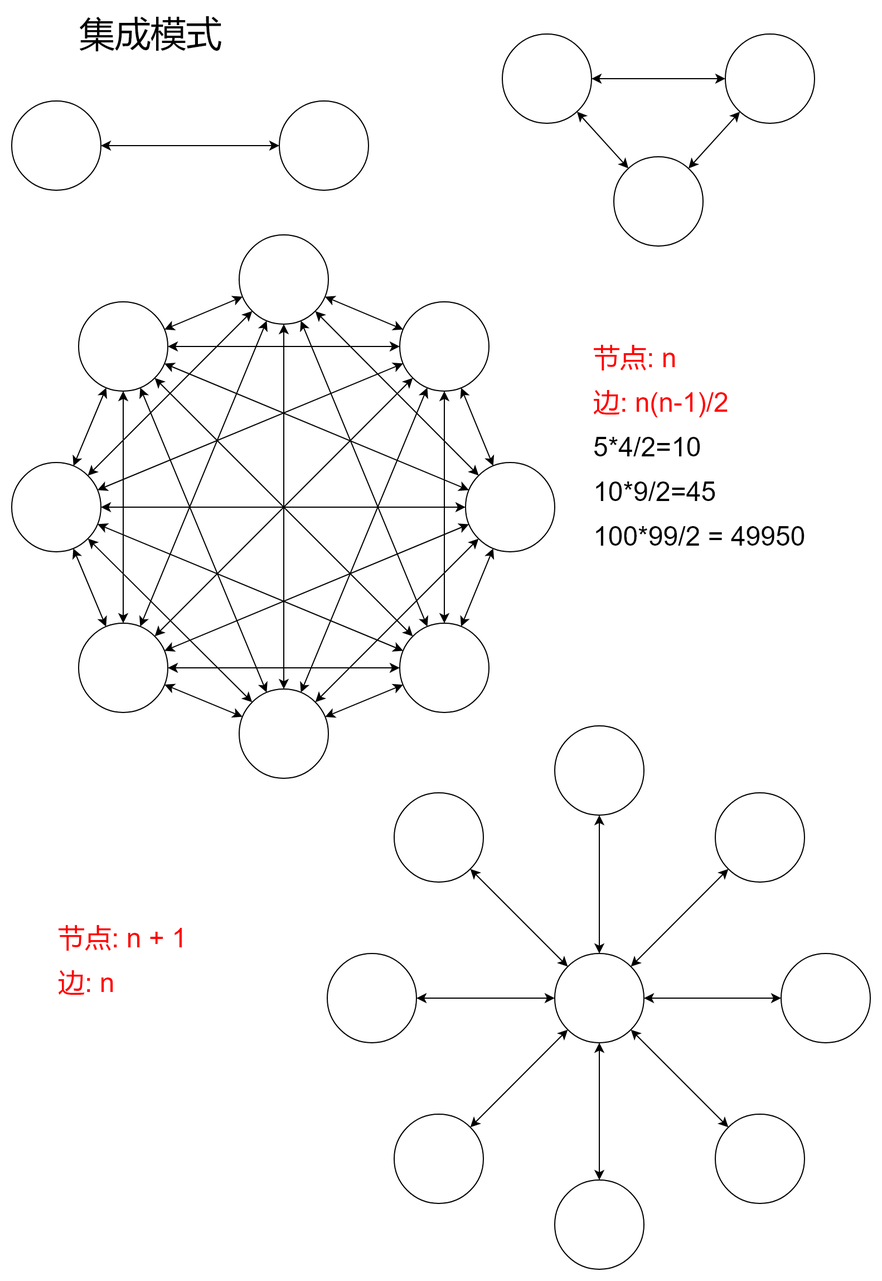
Above: drawio/integrated.png in tlw-ray/dev-methodology (draw.io), before the change. Source tidied: cells renumbered, new cells last; positions are measured from the earlier drawing's top-left corner, leaving out a move shared by most shapes.
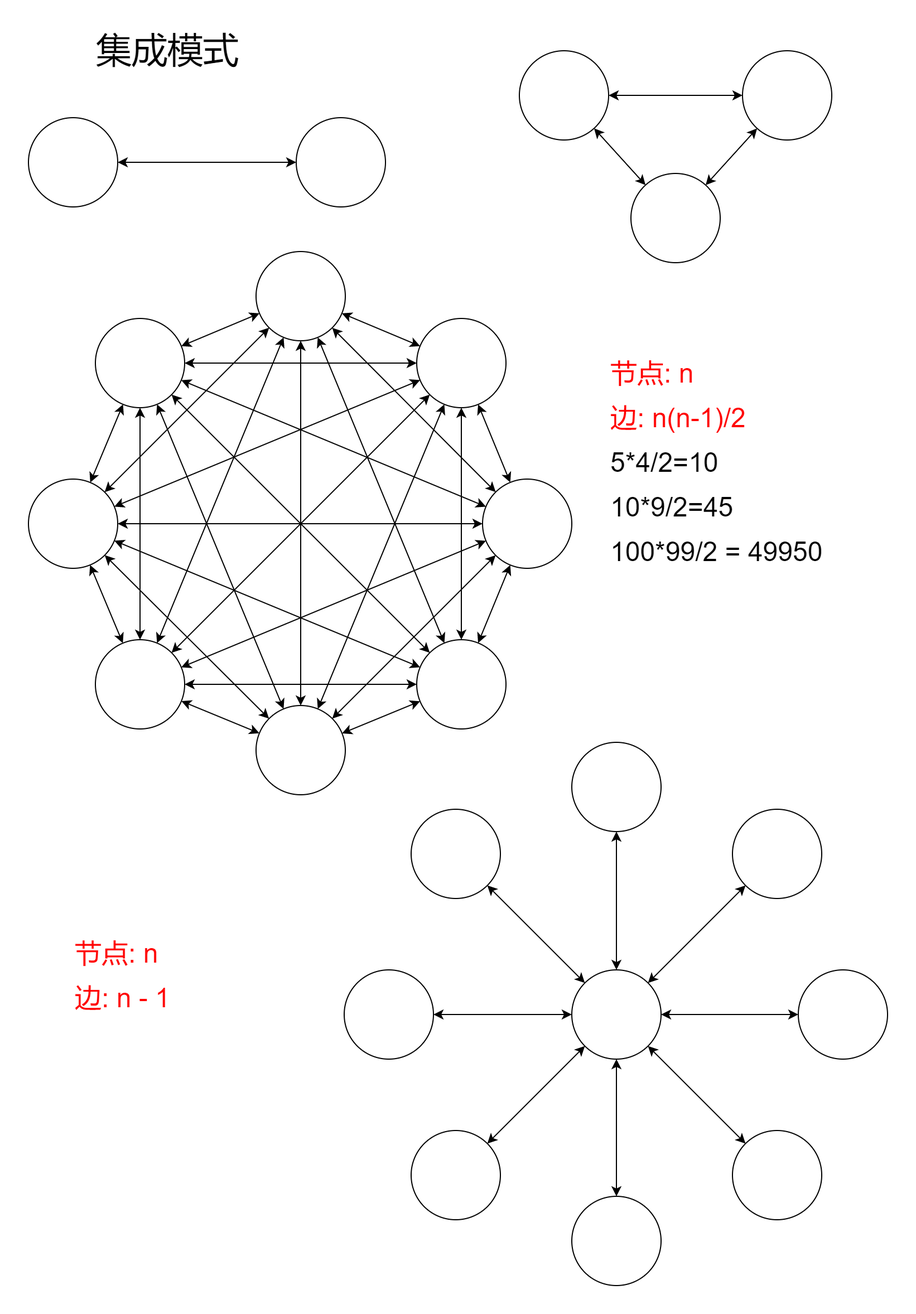
The same file after the commit.

The edit, as a diff of the source:
```diff
@@ -203,10 +203,10 @@
     <mxCell id="68" value="节点: n" style="text;html=1;strokeColor=none;fillColor=none;align=left;verticalAlign=middle;whiteSpace=wrap;rounded=0;fontSize=24;fontColor=#FF0000;" parent="1" vertex="1">
       <mxGeometry x="520" y="300" width="130" height="20" as="geometry" />
     </mxCell>
-    <mxCell id="69" value="边: n" style="text;html=1;strokeColor=none;fillColor=none;align=left;verticalAlign=middle;whiteSpace=wrap;rounded=0;fontSize=24;fontColor=#FF0000;" parent="1" vertex="1">
+    <mxCell id="69" value="边: n - 1" style="text;html=1;strokeColor=none;fillColor=none;align=left;verticalAlign=middle;whiteSpace=wrap;rounded=0;fontSize=24;fontColor=#FF0000;" parent="1" vertex="1">
       <mxGeometry x="40" y="860" width="130" height="20" as="geometry" />
     </mxCell>
-    <mxCell id="70" value="节点: n + 1" style="text;html=1;strokeColor=none;fillColor=none;align=left;verticalAlign=middle;whiteSpace=wrap;rounded=0;fontSize=24;fontColor=#FF0000;" parent="1" vertex="1">
+    <mxCell id="70" value="节点: n" style="text;html=1;strokeColor=none;fillColor=none;align=left;verticalAlign=middle;whiteSpace=wrap;rounded=0;fontSize=24;fontColor=#FF0000;" parent="1" vertex="1">
       <mxGeometry x="40" y="820" width="130" height="20" as="geometry" />
     </mxCell>
     <mxCell id="71" value="集成模式" style="text;html=1;strokeColor=none;fillColor=none;align=center;verticalAlign=middle;whiteSpace=wrap;rounded=0;fontSize=32;fontColor=#000000;" parent="1" vertex="1">
```
